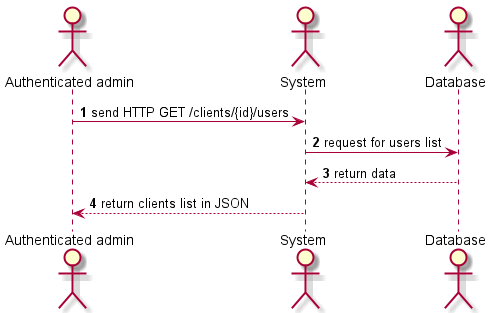
The PlantUML diagram diagrams/render/Sequences/UsersManagement/Sequence_ListUsers.png in Xwyk/BileMo, before a commit.
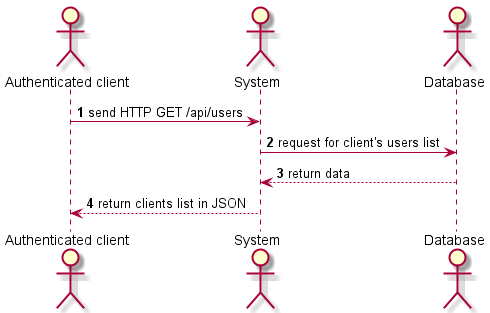
The same file after the commit.

Change to the diagram source:
```diff
@@ -2,13 +2,13 @@
 
 autonumber
 
-actor "Authenticated admin" as admin
+actor "Authenticated client" as client
 actor System                as system
 actor Database              as db
 
-admin  -> system  : send HTTP GET /clients/{id}/users
-system -> db      : request for users list
+client  -> system  : send HTTP GET /api/users
+system -> db      : request for client's users list
 system <-- db     : return data
-admin  <-- system : return clients list in JSON
+client  <-- system : return clients list in JSON
 
 @enduml
```
